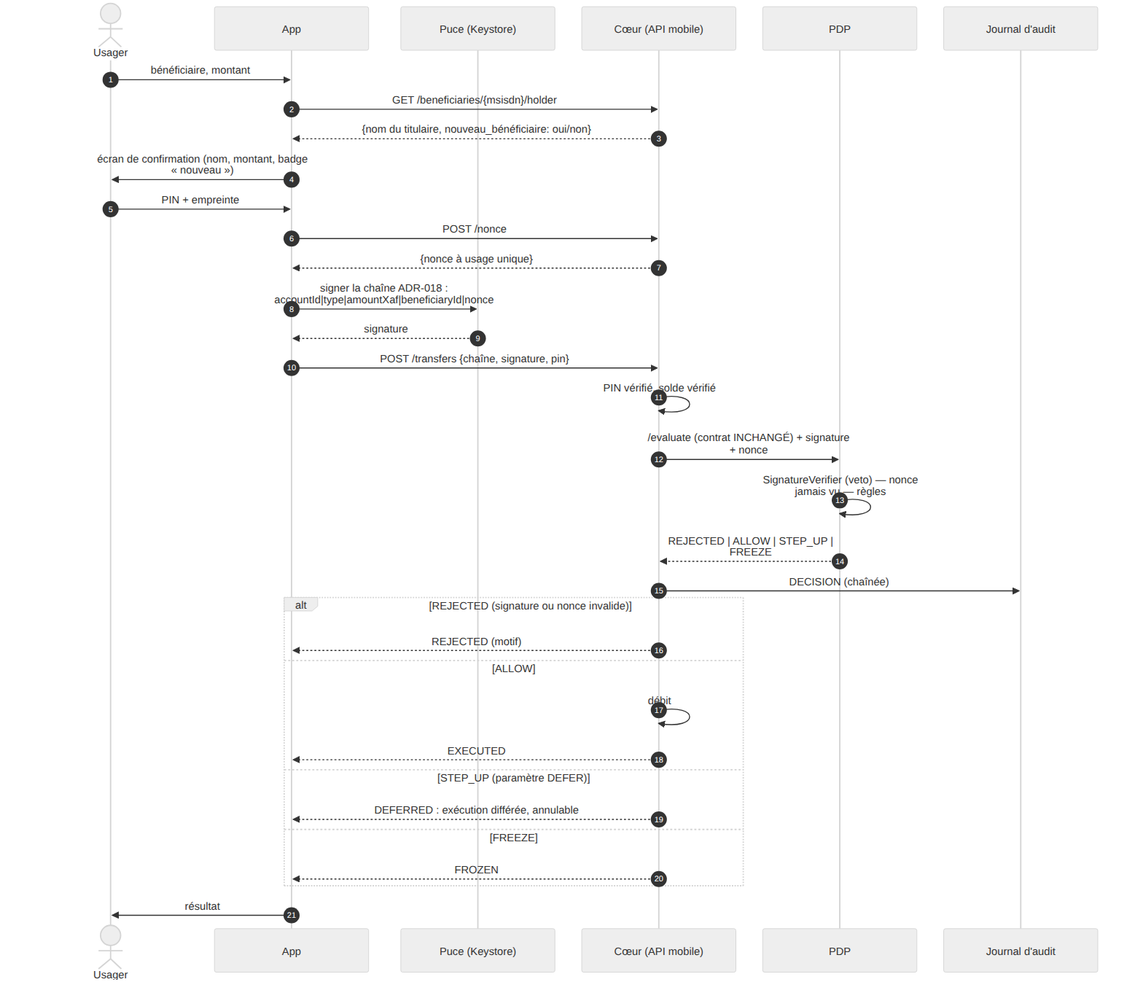
kateyvana/Identishield-CM keeps this Mermaid diagram as docs/02-specifications/mobile/diagrams/D3_envoi.png. Above is the earlier version. Its source is kept beside it as docs/02-specifications/mobile/diagrams/D3_envoi.mmd. Its diagram source:
```mermaid
%%{init: {'theme':'neutral','sequence':{'wrap':true,'width':230,'messageFontSize':17,'actorFontSize':17,'noteFontSize':16,'actorMargin':40,'messageMargin':30}}}%%
sequenceDiagram
    autonumber
    actor U as Usager
    participant A as App
    participant K as Puce (Keystore)
    participant S as Cœur (API mobile)
    participant P as PDP
    participant J as Journal d'audit
    U->>A: bénéficiaire, montant
    A->>S: GET /beneficiaries/{msisdn}/holder
    S-->>A: {nom du titulaire, nouveau_bénéficiaire: oui/non}
    A->>U: écran de confirmation (nom, montant, badge « nouveau »)
    U->>A: PIN + empreinte
    A->>S: POST /nonce
    S-->>A: {nonce à usage unique}
    A->>K: signer la chaîne ADR-018 : accountId|type|amountXaf|beneficiaryId|nonce
    K-->>A: signature
    A->>S: POST /transfers {chaîne, signature, pin}
    S->>S: PIN vérifié, solde vérifié
    S->>P: /evaluate (contrat INCHANGÉ) + signature + nonce
    P->>P: SignatureVerifier (veto) — nonce jamais vu — règles
    P-->>S: REJECTED | ALLOW | STEP_UP | FREEZE
    S->>J: DECISION (chaînée)
    alt REJECTED (signature ou nonce invalide)
        S-->>A: REJECTED (motif)
    else ALLOW
        S->>S: débit
        S-->>A: EXECUTED
    else STEP_UP (paramètre DEFER)
        S-->>A: DEFERRED : exécution différée, annulable
    else FREEZE
        S-->>A: FROZEN
    end
    A->>U: résultat
```
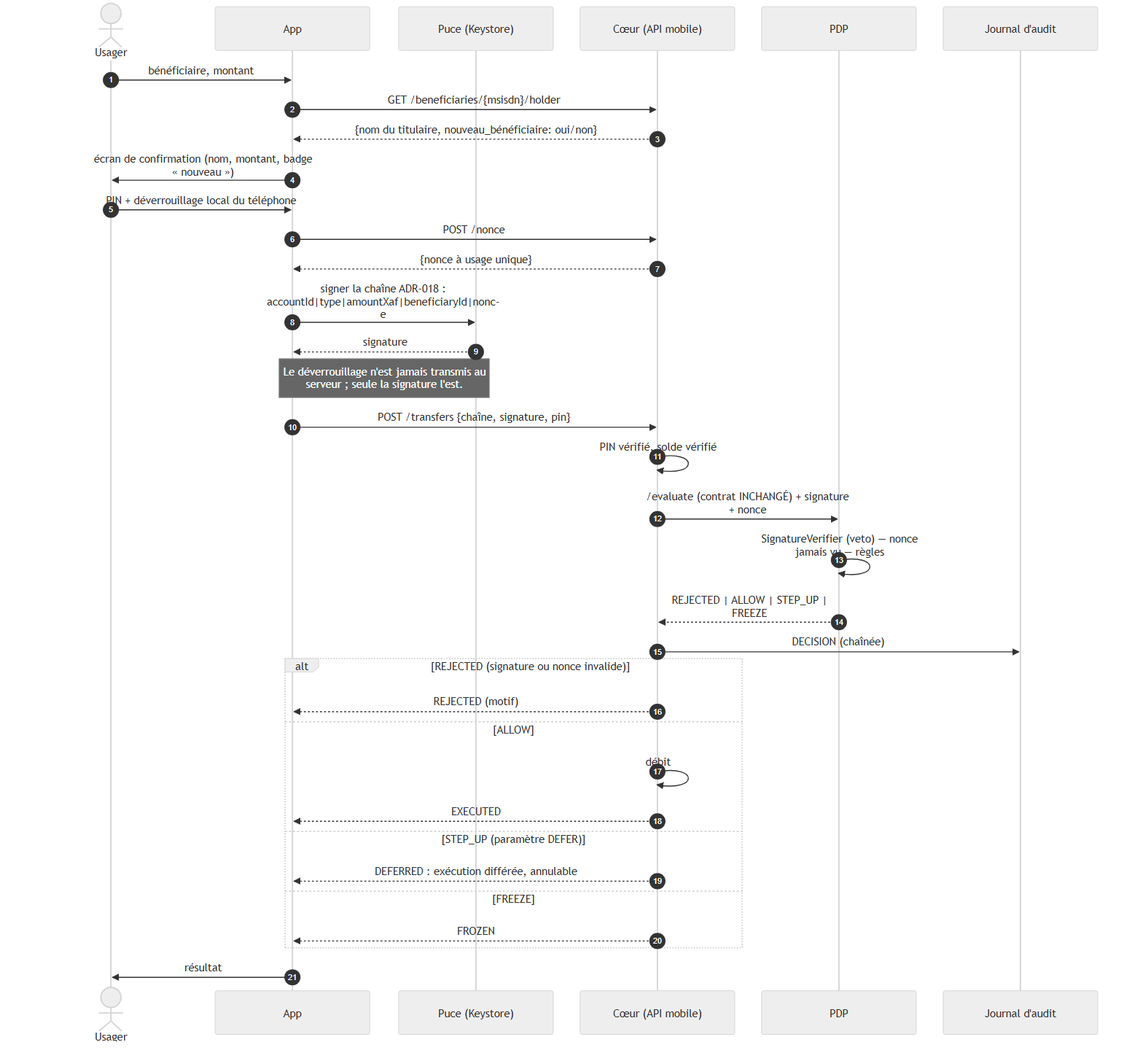
The same diagram one commit later.

Change to the diagram source:
```diff
@@ -11,11 +11,12 @@
     A->>S: GET /beneficiaries/{msisdn}/holder
     S-->>A: {nom du titulaire, nouveau_bénéficiaire: oui/non}
     A->>U: écran de confirmation (nom, montant, badge « nouveau »)
-    U->>A: PIN + empreinte
+    U->>A: PIN + déverrouillage local du téléphone
     A->>S: POST /nonce
     S-->>A: {nonce à usage unique}
     A->>K: signer la chaîne ADR-018 : accountId|type|amountXaf|beneficiaryId|nonce
     K-->>A: signature
+    Note over A,K: Le déverrouillage n'est jamais transmis au serveur #59; seule la signature l'est.
     A->>S: POST /transfers {chaîne, signature, pin}
     S->>S: PIN vérifié, solde vérifié
     S->>P: /evaluate (contrat INCHANGÉ) + signature + nonce
```
